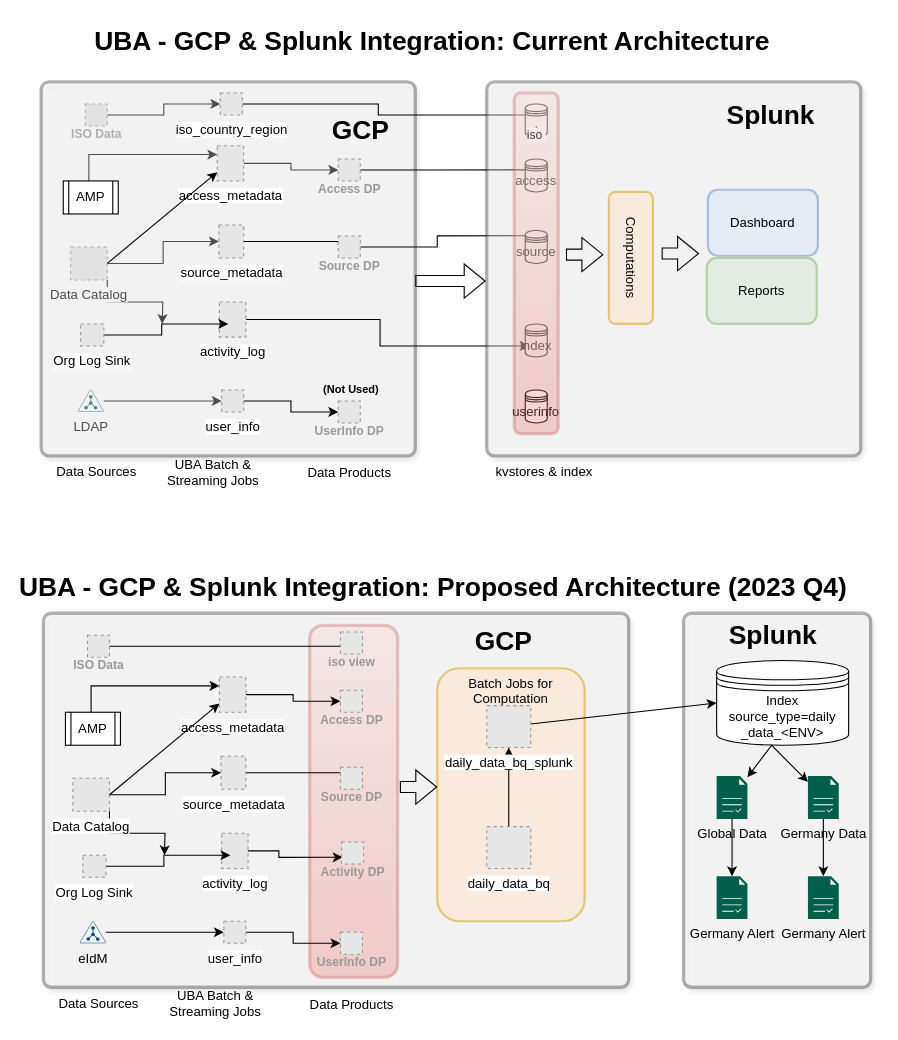
Before: splunk_perf_design_V20240125a.drawio in zikzakjack/draw.io, a draw.io diagram. Source tidied: cells renumbered, new cells numbered last; positions are measured from the earlier drawing's top-left corner, leaving out a move shared by most shapes. Both pictures are drawn from the tidied source at 110%, with x=0, y=0 at pixel (38, 19). Pictures stored in the file or linked from it are replaced by grey dashed boxes.
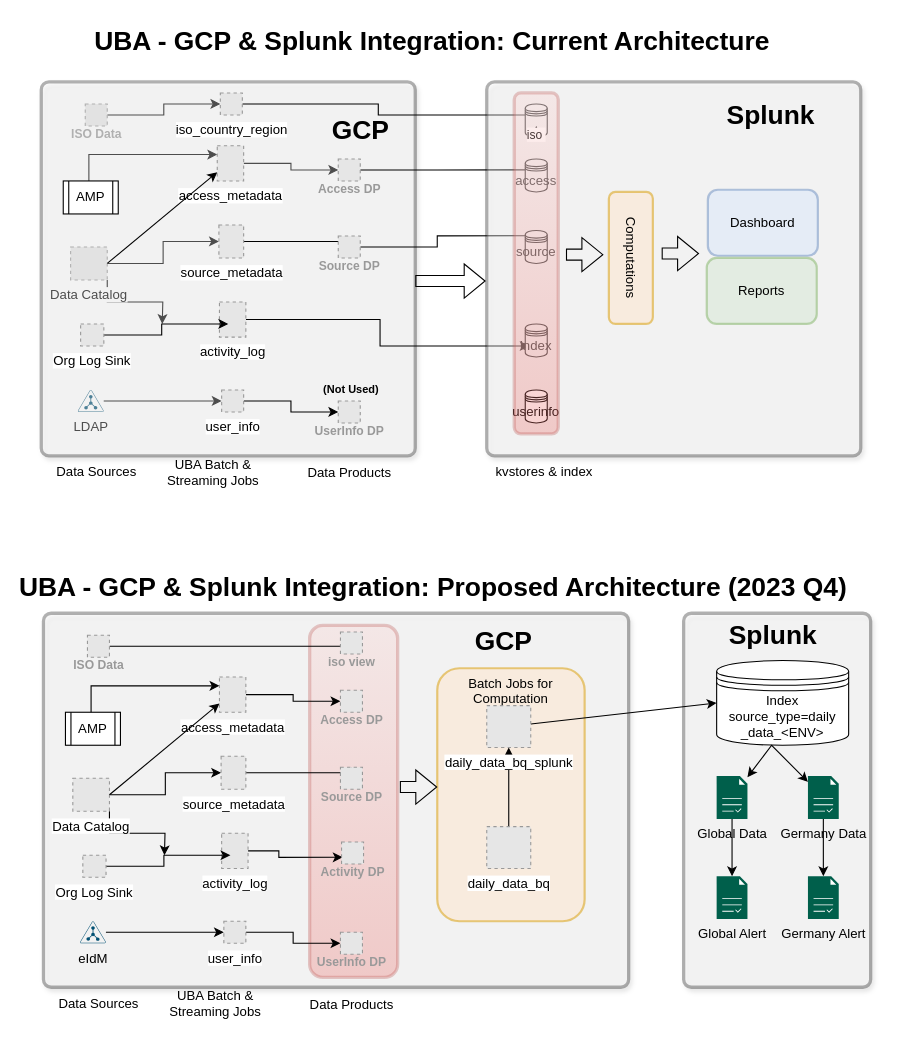
After the change.

Diff of the diagram source:
```diff
@@
-    <mxCell id="94" value="Germany Alert" style="sketch=0;shadow=0;dashed=0;html=1;strokeColor=none;fillColor=#005F4B;labelPosition=center;verticalLabelPosition=bottom;verticalAlign=top;align=center;outlineConnect=0;shape=mxgraph.veeam2.report;" parent="1" vertex="1">
+    <mxCell id="94" value="Global Alert" style="sketch=0;shadow=0;dashed=0;html=1;strokeColor=none;fillColor=#005F4B;labelPosition=center;verticalLabelPosition=bottom;verticalAlign=top;align=center;outlineConnect=0;shape=mxgraph.veeam2.report;" parent="1" vertex="1">
       <mxGeometry x="616" y="779" width="28" height="39" as="geometry" />
     </mxCell>
```
